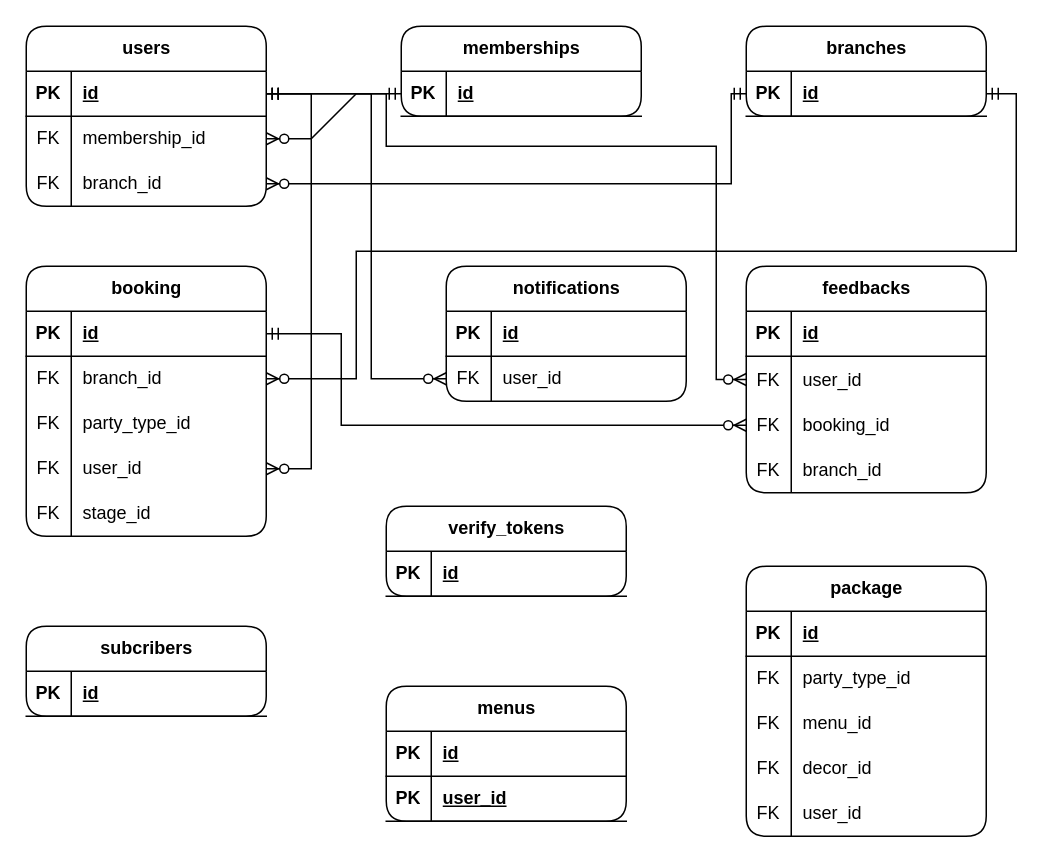
Before: page "ERD-L1.1 - USER" (6 of 8) of Joie Palace.drawio in HongSon04/ERD-Joie-Palace, a draw.io diagram. Source tidied: cells renumbered, new cells numbered last; positions are measured from the earlier drawing's top-left corner, leaving out a move shared by most shapes. Both pictures are drawn from the tidied source at 150%, with x=0, y=0 at pixel (26, 26).
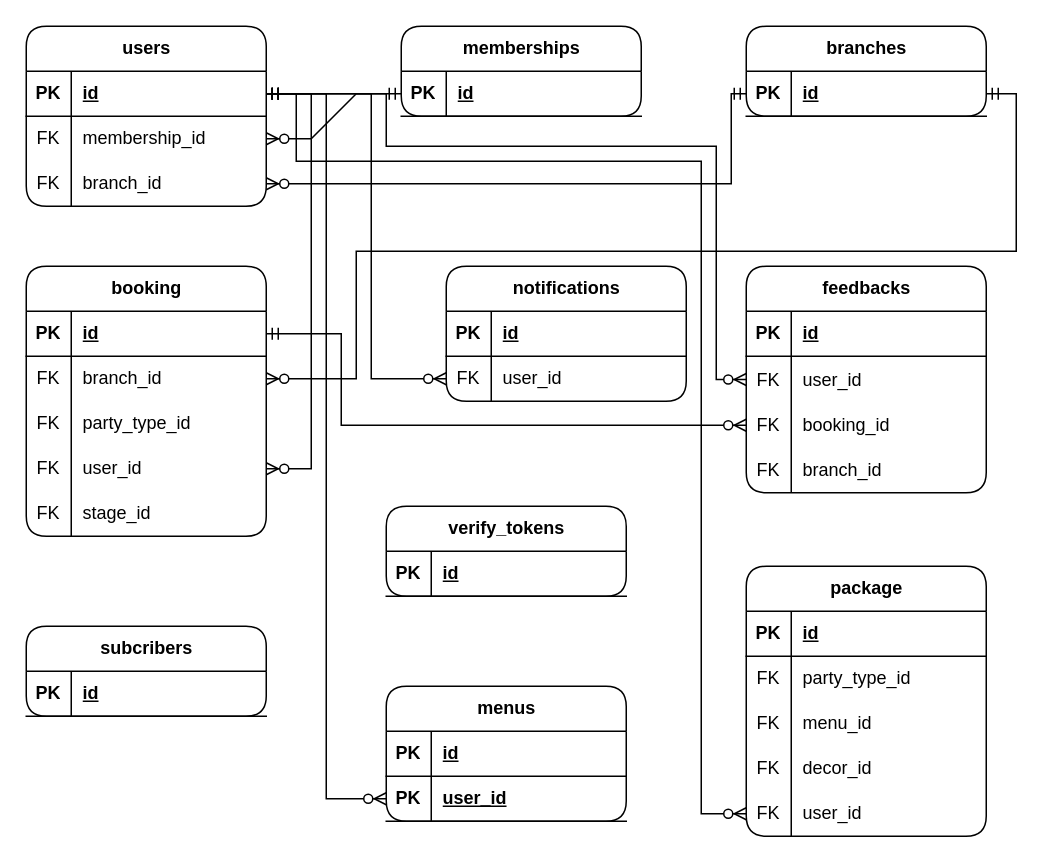
After the change.

The change refers to these unchanged cells:
```xml
<mxCell id="3" style="shape=tableRow;horizontal=0;startSize=0;swimlaneHead=0;swimlaneBody=0;fillColor=none;points=[[0,0.5],[1,0.5]];portConstraint=eastwest;top=0;left=0;right=0;bottom=1;" parent="2" vertex="1">
  <mxGeometry y="30" width="160" height="30" as="geometry" />
</mxCell>
<mxCell id="84" style="shape=tableRow;horizontal=0;startSize=0;swimlaneHead=0;swimlaneBody=0;fillColor=none;points=[[0,0.5],[1,0.5]];portConstraint=eastwest;top=0;left=0;right=0;bottom=0;" parent="71" vertex="1">
  <mxGeometry y="150" width="160" height="30" as="geometry" />
</mxCell>
<mxCell id="91" style="shape=tableRow;horizontal=0;startSize=0;swimlaneHead=0;swimlaneBody=0;fillColor=none;points=[[0,0.5],[1,0.5]];portConstraint=eastwest;top=0;left=0;right=0;bottom=1;" parent="87" vertex="1">
  <mxGeometry y="60" width="160" height="30" as="geometry" />
</mxCell>
```

What changed in the source:
```diff
@@
+    <mxCell id="94" style="edgeStyle=orthogonalEdgeStyle;fontSize=12;html=1;endArrow=ERzeroToMany;startArrow=ERmandOne;rounded=0;exitX=1;exitY=0.5;exitDx=0;exitDy=0;entryX=0;entryY=0.5;entryDx=0;entryDy=0;" parent="1" edge="1" source="3" target="91">
+      <mxGeometry relative="1" as="geometry" />
+    </mxCell>
+    <mxCell id="95" style="edgeStyle=orthogonalEdgeStyle;fontSize=12;html=1;endArrow=ERzeroToMany;startArrow=ERmandOne;rounded=0;exitX=1;exitY=0.5;exitDx=0;exitDy=0;entryX=0;entryY=0.5;entryDx=0;entryDy=0;" parent="1" edge="1" source="3" target="84">
+      <mxGeometry relative="1" as="geometry">
+        <Array as="points">
+          <mxPoint x="180" y="45" />
+          <mxPoint x="180" y="90" />
+          <mxPoint x="450" y="90" />
+          <mxPoint x="450" y="525" />
+        </Array>
+      </mxGeometry>
+    </mxCell>
```
